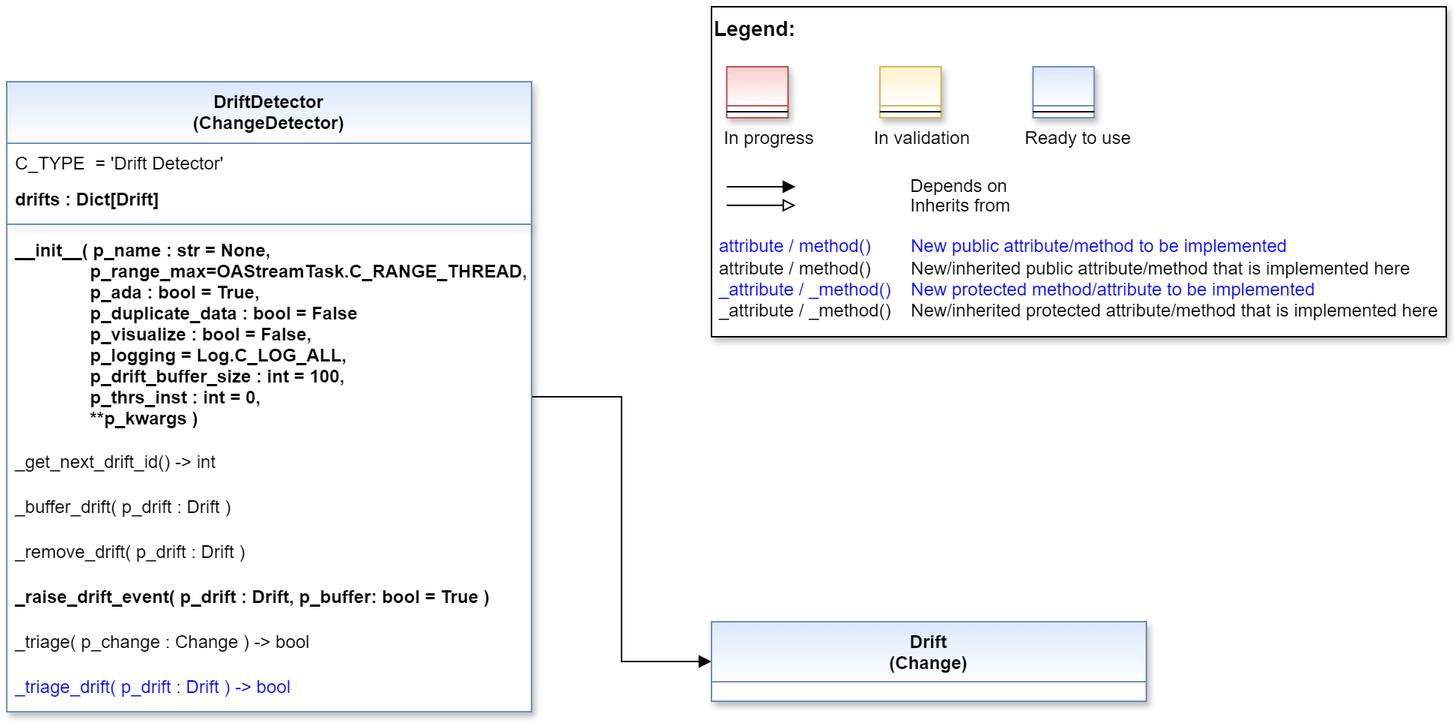
This is doc/rtd/content/99_appendices/appendix2/sub/mlpro_oa/streams/30_change_detection/20_drift_detection/images/MLPro-OA-Drift-Detectors_class_diagram.drawio.png from fhswf/MLPro, a draw.io export, as it was before one commit. Source tidied: cells renumbered, new cells last; positions are measured from the earlier drawing's top-left corner, leaving out a move shared by most shapes.
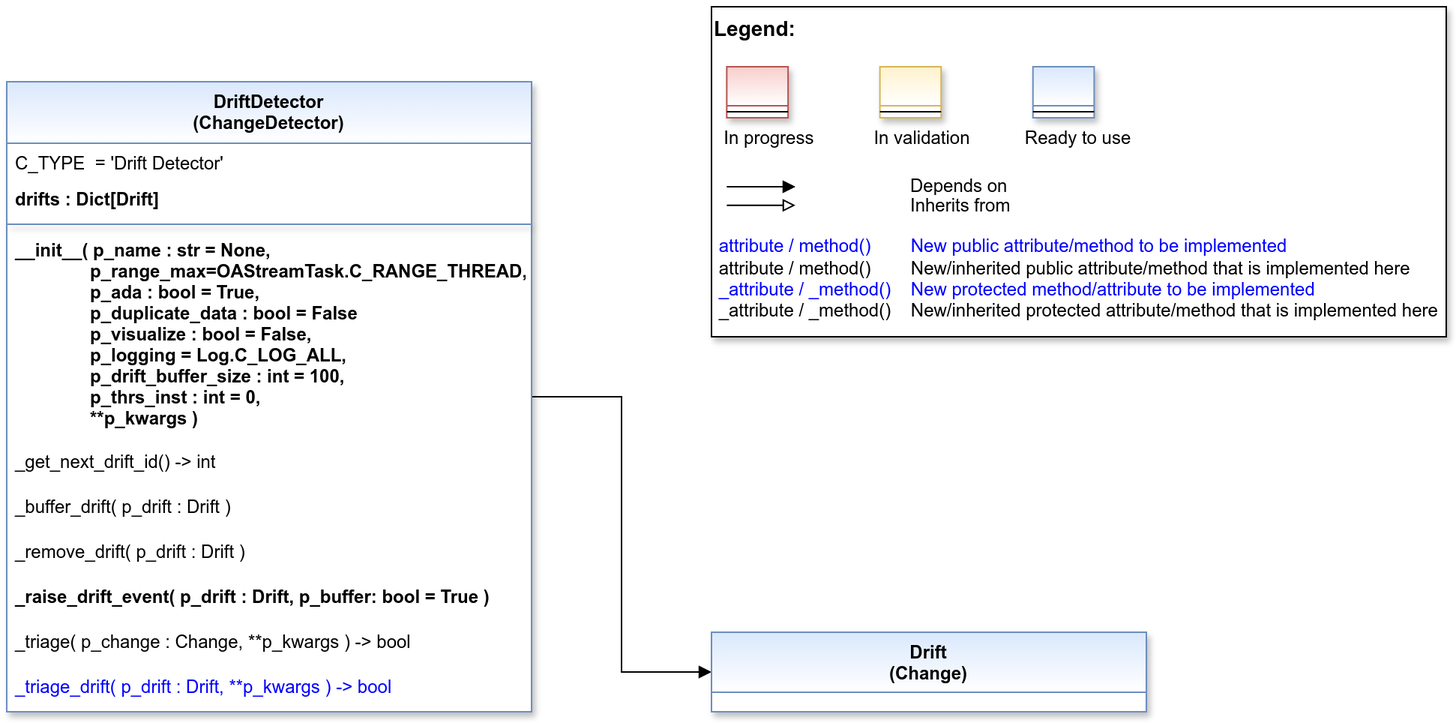
After the change.

What changed in the source:
```diff
@@ -73,14 +73,14 @@
     <mxCell id="21" value="_raise_drift_event( p_drift : Drift, p_buffer: bool = True )" style="text;align=left;verticalAlign=top;spacingLeft=4;spacingRight=4;overflow=hidden;shadow=1;fontStyle=1;" parent="13" vertex="1">
       <mxGeometry y="330" width="350" height="30" as="geometry" />
     </mxCell>
-    <mxCell id="22" value="_triage( p_change : Change ) -&gt; bool" style="text;align=left;verticalAlign=top;spacingLeft=4;spacingRight=4;overflow=hidden;shadow=1;" parent="13" vertex="1">
+    <mxCell id="22" value="_triage( p_change : Change, **p_kwargs ) -&gt; bool" style="text;align=left;verticalAlign=top;spacingLeft=4;spacingRight=4;overflow=hidden;shadow=1;" parent="13" vertex="1">
       <mxGeometry y="360" width="350" height="30" as="geometry" />
     </mxCell>
-    <mxCell id="23" value="_triage_drift( p_drift : Drift ) -&gt; bool" style="text;align=left;verticalAlign=top;spacingLeft=4;spacingRight=4;overflow=hidden;shadow=1;fontColor=#0000FF;" parent="13" vertex="1">
+    <mxCell id="23" value="_triage_drift( p_drift : Drift, **p_kwargs ) -&gt; bool" style="text;align=left;verticalAlign=top;spacingLeft=4;spacingRight=4;overflow=hidden;shadow=1;fontColor=#0000FF;" parent="13" vertex="1">
       <mxGeometry y="390" width="350" height="30" as="geometry" />
     </mxCell>
     <mxCell id="24" value="Drift&#10;(Change)" style="swimlane;fontStyle=1;align=center;verticalAlign=top;horizontal=1;startSize=40;rounded=0;shadow=1;strokeWidth=1;fillColor=#dae8fc;strokeColor=#6c8ebf;swimlaneFillColor=#ffffff;fontFamily=Helvetica;fontSize=12;gradientColor=#FFFFFF;" parent="1" vertex="1">
-      <mxGeometry x="470" y="410" width="290" height="53" as="geometry" />
+      <mxGeometry x="470" y="417" width="290" height="53" as="geometry" />
     </mxCell>
   </root>
 </mxGraphModel>
```
